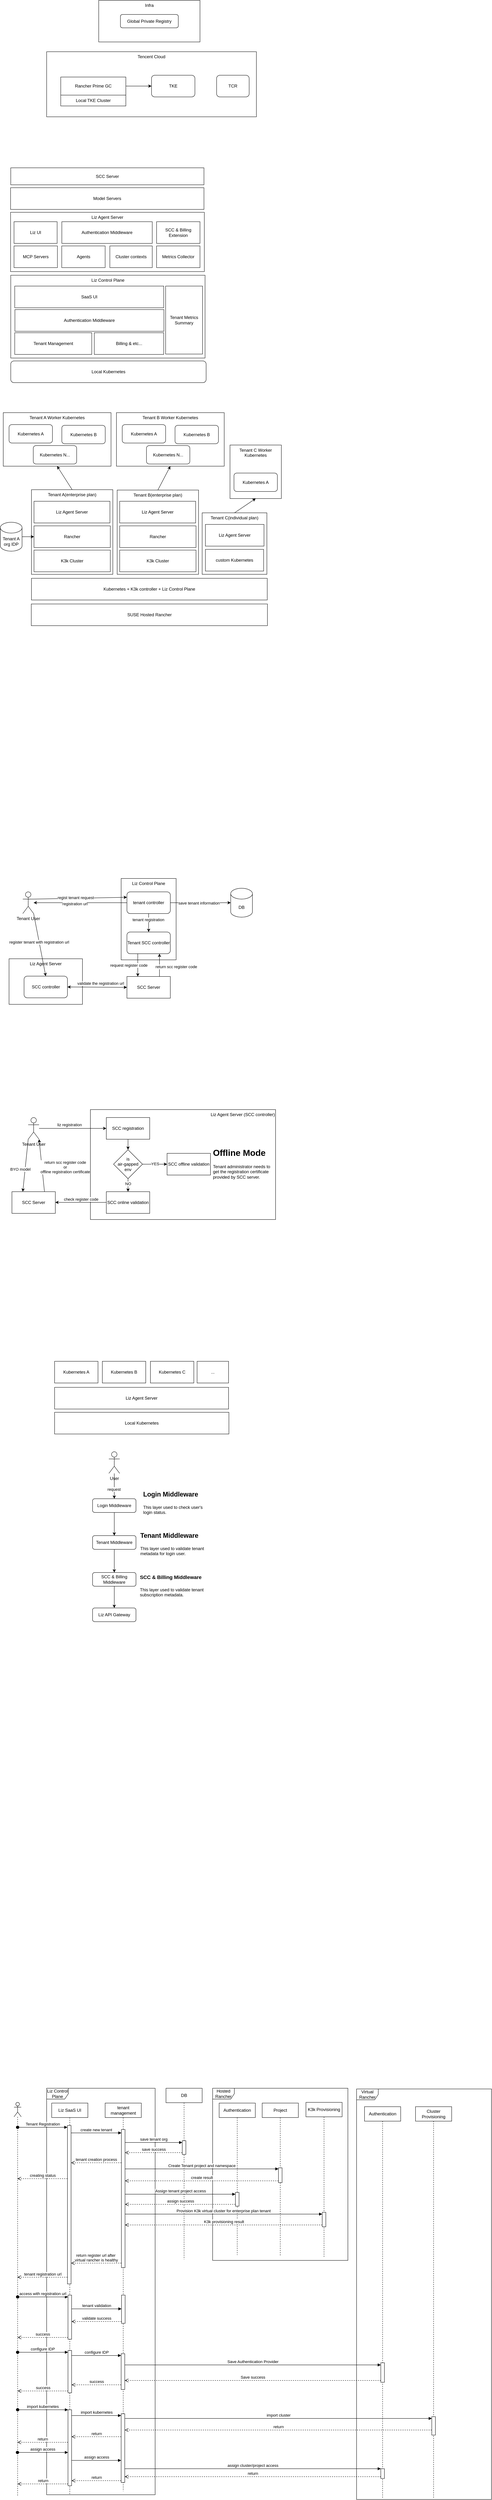
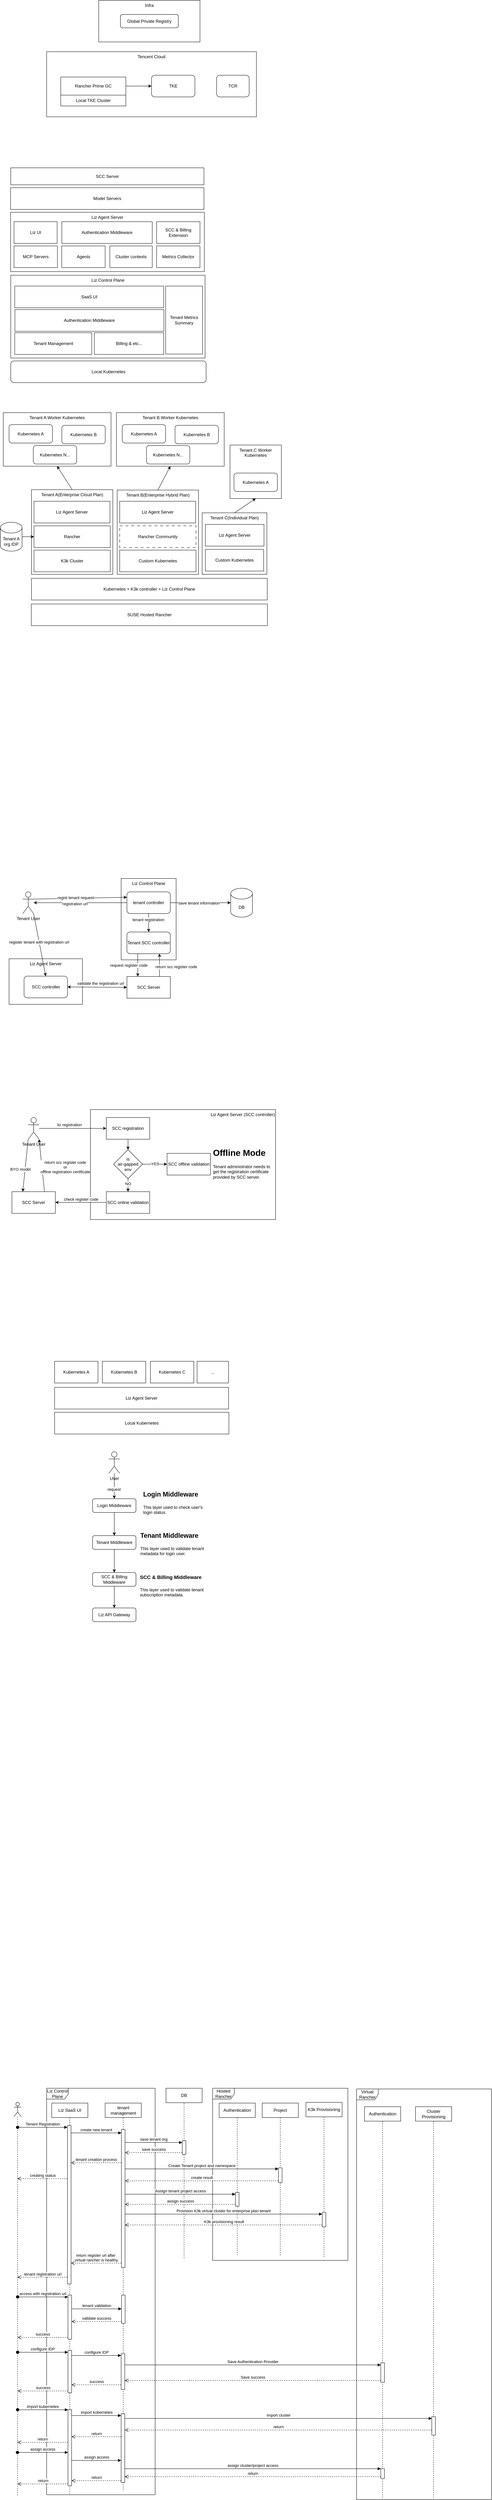
<mxfile host="app.diagrams.net">
  <diagram name="第 1 页" id="-o6fkq58jc32N0mm90GY">
-     <mxGraphModel dx="1629" dy="993" grid="0" gridSize="10" guides="1" tooltips="1" connect="1" arrows="1" fold="1" page="1" pageScale="1" pageWidth="827" pageHeight="1169" math="0" shadow="0">
+     <mxGraphModel dx="1222" dy="745" grid="0" gridSize="10" guides="1" tooltips="1" connect="1" arrows="1" fold="1" page="1" pageScale="1" pageWidth="827" pageHeight="1169" math="0" shadow="0">
      <root>
        <mxCell id="0" />
        <mxCell id="1" parent="0" />
        <mxCell id="UOzjFvlssb82cC_UnOf5-128" parent="1" style="rounded=0;whiteSpace=wrap;html=1;verticalAlign=top;align=right;" value="Liz Agent Server (SCC controller)" vertex="1">
          <mxGeometry height="304" width="512" x="261" y="3155" as="geometry" />
        </mxCell>
        <mxCell id="UOzjFvlssb82cC_UnOf5-105" parent="1" style="rounded=0;whiteSpace=wrap;html=1;verticalAlign=top;" value="Liz Control Plane" vertex="1">
          <mxGeometry height="225" width="152" x="346" y="2516" as="geometry" />
        </mxCell>
        <mxCell id="UOzjFvlssb82cC_UnOf5-2" parent="1" style="rounded=0;whiteSpace=wrap;html=1;verticalAlign=top;" value="Liz Control Plane" vertex="1">
          <mxGeometry height="229" width="537.25" x="40.75" y="848" as="geometry" />
        </mxCell>
        <mxCell id="UOzjFvlssb82cC_UnOf5-28" parent="1" style="rounded=0;whiteSpace=wrap;html=1;verticalAlign=top;" value="Tenant A Worker Kubernetes" vertex="1">
          <mxGeometry height="148" width="298" x="20" y="1228" as="geometry" />
        </mxCell>
        <mxCell id="HVzKjzn857pLYwHyIbN3-3" parent="1" style="rounded=0;whiteSpace=wrap;html=1;verticalAlign=top;" value="Tencent Cloud" vertex="1">
          <mxGeometry height="180" width="580" x="140" y="230" as="geometry" />
        </mxCell>
        <mxCell id="HVzKjzn857pLYwHyIbN3-6" parent="1" style="rounded=0;whiteSpace=wrap;html=1;verticalAlign=top;" value="Infra" vertex="1">
          <mxGeometry height="115" width="280" x="284" y="88" as="geometry" />
        </mxCell>
        <mxCell id="HVzKjzn857pLYwHyIbN3-1" parent="1" style="rounded=0;whiteSpace=wrap;html=1;" value="Rancher Prime GC" vertex="1">
          <mxGeometry height="50" width="180" x="179" y="300" as="geometry" />
        </mxCell>
        <mxCell id="HVzKjzn857pLYwHyIbN3-2" parent="1" style="rounded=1;whiteSpace=wrap;html=1;" value="Global Private Registry" vertex="1">
          <mxGeometry height="37" width="160" x="344" y="127" as="geometry" />
        </mxCell>
        <mxCell id="HVzKjzn857pLYwHyIbN3-4" parent="1" style="rounded=1;whiteSpace=wrap;html=1;" value="TKE" vertex="1">
          <mxGeometry height="60" width="120" x="430" y="295" as="geometry" />
        </mxCell>
        <mxCell id="HVzKjzn857pLYwHyIbN3-5" parent="1" style="rounded=1;whiteSpace=wrap;html=1;" value="TCR" vertex="1">
          <mxGeometry height="60" width="90" x="610" y="295" as="geometry" />
        </mxCell>
        <mxCell id="HVzKjzn857pLYwHyIbN3-7" parent="1" style="rounded=0;whiteSpace=wrap;html=1;" value="Local TKE Cluster" vertex="1">
          <mxGeometry height="30" width="180" x="179" y="350" as="geometry" />
        </mxCell>
        <mxCell id="HVzKjzn857pLYwHyIbN3-10" edge="1" parent="1" source="HVzKjzn857pLYwHyIbN3-1" style="endArrow=classic;html=1;rounded=0;exitX=1;exitY=0.5;exitDx=0;exitDy=0;entryX=0;entryY=0.5;entryDx=0;entryDy=0;" target="HVzKjzn857pLYwHyIbN3-4" value="">
          <mxGeometry height="50" relative="1" width="50" as="geometry">
            <mxPoint x="320" y="330" as="sourcePoint" />
            <mxPoint x="370" y="280" as="targetPoint" />
          </mxGeometry>
        </mxCell>
        <mxCell id="UOzjFvlssb82cC_UnOf5-1" parent="1" style="rounded=0;whiteSpace=wrap;html=1;" value="SaaS UI" vertex="1">
          <mxGeometry height="60" width="412" x="51.75" y="878" as="geometry" />
        </mxCell>
        <mxCell id="UOzjFvlssb82cC_UnOf5-3" parent="1" style="rounded=0;whiteSpace=wrap;html=1;" value="Authentication Middleware" vertex="1">
          <mxGeometry height="60" width="412" x="52.25" y="943" as="geometry" />
        </mxCell>
        <mxCell id="UOzjFvlssb82cC_UnOf5-4" parent="1" style="rounded=1;whiteSpace=wrap;html=1;" value="Local Kubernetes" vertex="1">
          <mxGeometry height="60" width="540.25" x="40.75" y="1085" as="geometry" />
        </mxCell>
        <mxCell id="UOzjFvlssb82cC_UnOf5-13" parent="1" style="rounded=0;whiteSpace=wrap;html=1;" value="SUSE Hosted Rancher" vertex="1">
          <mxGeometry height="60" width="653" x="97.5" y="1757" as="geometry" />
        </mxCell>
        <mxCell id="UOzjFvlssb82cC_UnOf5-14" parent="1" style="rounded=0;whiteSpace=wrap;html=1;" value="Kubernetes + K3k controller + Liz Control Plane" vertex="1">
          <mxGeometry height="60" width="652" x="98" y="1686" as="geometry" />
        </mxCell>
-         <mxCell id="UOzjFvlssb82cC_UnOf5-15" parent="1" style="rounded=0;whiteSpace=wrap;html=1;verticalAlign=top;" value="Tenant A(enterprise plan)" vertex="1">
+         <mxCell id="UOzjFvlssb82cC_UnOf5-15" parent="1" style="rounded=0;whiteSpace=wrap;html=1;verticalAlign=top;" value="Tenant A(Enterprise Cloud Plan)" vertex="1">
          <mxGeometry height="234" width="225" x="98" y="1441" as="geometry" />
        </mxCell>
        <mxCell id="UOzjFvlssb82cC_UnOf5-16" parent="1" style="rounded=0;whiteSpace=wrap;html=1;" value="K3k Cluster" vertex="1">
          <mxGeometry height="60" width="211" x="105" y="1608" as="geometry" />
        </mxCell>
        <mxCell id="UOzjFvlssb82cC_UnOf5-17" parent="1" style="rounded=0;whiteSpace=wrap;html=1;" value="Rancher" vertex="1">
          <mxGeometry height="60" width="211" x="105" y="1541" as="geometry" />
        </mxCell>
-         <mxCell id="UOzjFvlssb82cC_UnOf5-18" parent="1" style="rounded=0;whiteSpace=wrap;html=1;verticalAlign=top;" value="Tenant B(enterprise plan)" vertex="1">
+         <mxCell id="UOzjFvlssb82cC_UnOf5-18" parent="1" style="rounded=0;whiteSpace=wrap;html=1;verticalAlign=top;" value="Tenant B(Enterprise Hybrid Plan)" vertex="1">
          <mxGeometry height="233" width="225" x="335" y="1442" as="geometry" />
        </mxCell>
-         <mxCell id="UOzjFvlssb82cC_UnOf5-19" parent="1" style="rounded=0;whiteSpace=wrap;html=1;" value="K3k Cluster" vertex="1">
+         <mxCell id="UOzjFvlssb82cC_UnOf5-19" parent="1" style="rounded=0;whiteSpace=wrap;html=1;" value="Custom Kubernetes" vertex="1">
          <mxGeometry height="60" width="211" x="342" y="1608" as="geometry" />
        </mxCell>
-         <mxCell id="UOzjFvlssb82cC_UnOf5-20" parent="1" style="rounded=0;whiteSpace=wrap;html=1;" value="Rancher" vertex="1">
+         <mxCell id="UOzjFvlssb82cC_UnOf5-20" parent="1" style="rounded=0;whiteSpace=wrap;html=1;dashed=1;dashPattern=8 8;" value="Rancher Community" vertex="1">
          <mxGeometry height="60" width="211" x="342" y="1541" as="geometry" />
        </mxCell>
-         <mxCell id="UOzjFvlssb82cC_UnOf5-21" parent="1" style="rounded=0;whiteSpace=wrap;html=1;verticalAlign=top;" value="Tenant C(individual plan)" vertex="1">
+         <mxCell id="UOzjFvlssb82cC_UnOf5-21" parent="1" style="rounded=0;whiteSpace=wrap;html=1;verticalAlign=top;" value="Tenant C(Individual Plan)" vertex="1">
          <mxGeometry height="170" width="179" x="570" y="1505" as="geometry" />
        </mxCell>
        <mxCell id="UOzjFvlssb82cC_UnOf5-22" parent="1" style="rounded=0;whiteSpace=wrap;html=1;" value="Liz Agent Server" vertex="1">
          <mxGeometry height="60" width="210" x="105" y="1473" as="geometry" />
        </mxCell>
        <mxCell id="UOzjFvlssb82cC_UnOf5-23" parent="1" style="rounded=0;whiteSpace=wrap;html=1;" value="Liz Agent Server" vertex="1">
          <mxGeometry height="60" width="210" x="342" y="1473" as="geometry" />
        </mxCell>
-         <mxCell id="UOzjFvlssb82cC_UnOf5-24" parent="1" style="rounded=0;whiteSpace=wrap;html=1;" value="custom Kubernetes" vertex="1">
+         <mxCell id="UOzjFvlssb82cC_UnOf5-24" parent="1" style="rounded=0;whiteSpace=wrap;html=1;" value="Custom Kubernetes" vertex="1">
          <mxGeometry height="60" width="161" x="579" y="1606" as="geometry" />
        </mxCell>
        <mxCell id="UOzjFvlssb82cC_UnOf5-25" parent="1" style="rounded=0;whiteSpace=wrap;html=1;" value="Liz Agent Server" vertex="1">
          <mxGeometry height="60" width="162" x="579" y="1537" as="geometry" />
        </mxCell>
        <mxCell id="UOzjFvlssb82cC_UnOf5-26" parent="1" style="rounded=1;whiteSpace=wrap;html=1;" value="Kubernetes A" vertex="1">
          <mxGeometry height="51" width="120" x="36" y="1261" as="geometry" />
        </mxCell>
        <mxCell id="UOzjFvlssb82cC_UnOf5-27" parent="1" style="rounded=1;whiteSpace=wrap;html=1;" value="Kubernetes B" vertex="1">
          <mxGeometry height="51" width="120" x="182" y="1263" as="geometry" />
        </mxCell>
        <mxCell id="UOzjFvlssb82cC_UnOf5-29" parent="1" style="rounded=1;whiteSpace=wrap;html=1;" value="Kubernetes N..." vertex="1">
          <mxGeometry height="51" width="120" x="103" y="1319" as="geometry" />
        </mxCell>
        <mxCell id="UOzjFvlssb82cC_UnOf5-30" parent="1" style="rounded=0;whiteSpace=wrap;html=1;verticalAlign=top;" value="Tenant B Worker Kubernetes" vertex="1">
          <mxGeometry height="148" width="298" x="333" y="1228" as="geometry" />
        </mxCell>
        <mxCell id="UOzjFvlssb82cC_UnOf5-31" parent="1" style="rounded=1;whiteSpace=wrap;html=1;" value="Kubernetes A" vertex="1">
          <mxGeometry height="51" width="120" x="349" y="1261" as="geometry" />
        </mxCell>
        <mxCell id="UOzjFvlssb82cC_UnOf5-32" parent="1" style="rounded=1;whiteSpace=wrap;html=1;" value="Kubernetes B" vertex="1">
          <mxGeometry height="51" width="120" x="495" y="1263" as="geometry" />
        </mxCell>
        <mxCell id="UOzjFvlssb82cC_UnOf5-33" parent="1" style="rounded=1;whiteSpace=wrap;html=1;" value="Kubernetes N..." vertex="1">
          <mxGeometry height="51" width="120" x="416" y="1319" as="geometry" />
        </mxCell>
        <mxCell id="UOzjFvlssb82cC_UnOf5-34" parent="1" style="rounded=0;whiteSpace=wrap;html=1;verticalAlign=top;" value="Tenant C Worker Kubernetes" vertex="1">
          <mxGeometry height="148" width="142" x="647" y="1317.5" as="geometry" />
        </mxCell>
        <mxCell id="UOzjFvlssb82cC_UnOf5-35" parent="1" style="rounded=1;whiteSpace=wrap;html=1;" value="Kubernetes A" vertex="1">
          <mxGeometry height="51" width="120" x="658" y="1395" as="geometry" />
        </mxCell>
        <mxCell id="UOzjFvlssb82cC_UnOf5-36" parent="1" style="shape=cylinder3;whiteSpace=wrap;html=1;boundedLbl=1;backgroundOutline=1;size=15;" value="Tenant A org IDP" vertex="1">
          <mxGeometry height="80" width="60" x="12" y="1531" as="geometry" />
        </mxCell>
        <mxCell id="UOzjFvlssb82cC_UnOf5-37" edge="1" parent="1" source="UOzjFvlssb82cC_UnOf5-36" style="endArrow=classic;html=1;rounded=0;exitX=1;exitY=0.5;exitDx=0;exitDy=0;exitPerimeter=0;entryX=0;entryY=0.5;entryDx=0;entryDy=0;" target="UOzjFvlssb82cC_UnOf5-17" value="">
          <mxGeometry height="50" relative="1" width="50" as="geometry">
            <mxPoint x="84" y="1510" as="sourcePoint" />
            <mxPoint x="134" y="1460" as="targetPoint" />
          </mxGeometry>
        </mxCell>
        <mxCell id="UOzjFvlssb82cC_UnOf5-38" edge="1" parent="1" source="UOzjFvlssb82cC_UnOf5-15" style="endArrow=classic;html=1;rounded=0;exitX=0.5;exitY=0;exitDx=0;exitDy=0;entryX=0.5;entryY=1;entryDx=0;entryDy=0;" target="UOzjFvlssb82cC_UnOf5-28" value="">
          <mxGeometry height="50" relative="1" width="50" as="geometry">
            <mxPoint x="28" y="1479" as="sourcePoint" />
            <mxPoint x="78" y="1429" as="targetPoint" />
          </mxGeometry>
        </mxCell>
        <mxCell id="UOzjFvlssb82cC_UnOf5-39" edge="1" parent="1" source="UOzjFvlssb82cC_UnOf5-18" style="endArrow=classic;html=1;rounded=0;exitX=0.5;exitY=0;exitDx=0;exitDy=0;entryX=0.5;entryY=1;entryDx=0;entryDy=0;" target="UOzjFvlssb82cC_UnOf5-30" value="">
          <mxGeometry height="50" relative="1" width="50" as="geometry">
            <mxPoint x="444" y="1428" as="sourcePoint" />
            <mxPoint x="494" y="1378" as="targetPoint" />
          </mxGeometry>
        </mxCell>
        <mxCell id="UOzjFvlssb82cC_UnOf5-40" edge="1" parent="1" source="UOzjFvlssb82cC_UnOf5-21" style="endArrow=classic;html=1;rounded=0;exitX=0.5;exitY=0;exitDx=0;exitDy=0;entryX=0.5;entryY=1;entryDx=0;entryDy=0;" target="UOzjFvlssb82cC_UnOf5-34" value="">
          <mxGeometry height="50" relative="1" width="50" as="geometry">
            <mxPoint x="797" y="1561" as="sourcePoint" />
            <mxPoint x="847" y="1511" as="targetPoint" />
          </mxGeometry>
        </mxCell>
        <mxCell id="UOzjFvlssb82cC_UnOf5-45" parent="1" style="rounded=0;whiteSpace=wrap;html=1;" value="Tenant Management" vertex="1">
          <mxGeometry height="60" width="213" x="51.75" y="1007" as="geometry" />
        </mxCell>
        <mxCell id="UOzjFvlssb82cC_UnOf5-46" parent="1" style="rounded=0;whiteSpace=wrap;html=1;" value="Billing &amp;amp; etc..." vertex="1">
          <mxGeometry height="60" width="192" x="271.75" y="1007" as="geometry" />
        </mxCell>
        <mxCell id="UOzjFvlssb82cC_UnOf5-47" parent="1" style="rounded=0;whiteSpace=wrap;html=1;verticalAlign=top;" value="Liz Agent Server" vertex="1">
          <mxGeometry height="164" width="535.75" x="40.25" y="674" as="geometry" />
        </mxCell>
        <mxCell id="UOzjFvlssb82cC_UnOf5-48" parent="1" style="rounded=0;whiteSpace=wrap;html=1;" value="MCP Servers" vertex="1">
          <mxGeometry height="60" width="120" x="49.75" y="767" as="geometry" />
        </mxCell>
        <mxCell id="UOzjFvlssb82cC_UnOf5-49" parent="1" style="rounded=0;whiteSpace=wrap;html=1;" value="Agents" vertex="1">
          <mxGeometry height="60" width="120" x="181.75" y="767" as="geometry" />
        </mxCell>
        <mxCell id="UOzjFvlssb82cC_UnOf5-50" parent="1" style="rounded=0;whiteSpace=wrap;html=1;" value="Cluster contexts" vertex="1">
          <mxGeometry height="60" width="117.25" x="314.75" y="767" as="geometry" />
        </mxCell>
        <mxCell id="UOzjFvlssb82cC_UnOf5-51" parent="1" style="rounded=0;whiteSpace=wrap;html=1;" value="Model Servers" vertex="1">
          <mxGeometry height="60" width="534.75" x="40.25" y="606" as="geometry" />
        </mxCell>
        <mxCell id="UOzjFvlssb82cC_UnOf5-52" parent="1" style="rounded=0;whiteSpace=wrap;html=1;" value="Local Kubernetes" vertex="1">
          <mxGeometry height="60" width="482" x="162" y="3992" as="geometry" />
        </mxCell>
        <mxCell id="UOzjFvlssb82cC_UnOf5-54" parent="1" style="rounded=0;whiteSpace=wrap;html=1;" value="Liz Agent Server" vertex="1">
          <mxGeometry height="60" width="481" x="162" y="3923" as="geometry" />
        </mxCell>
        <mxCell id="UOzjFvlssb82cC_UnOf5-56" parent="1" style="rounded=0;whiteSpace=wrap;html=1;" value="Kubernetes A" vertex="1">
          <mxGeometry height="60" width="120" x="162" y="3851" as="geometry" />
        </mxCell>
        <mxCell id="UOzjFvlssb82cC_UnOf5-57" parent="1" style="rounded=0;whiteSpace=wrap;html=1;" value="Kubernetes B" vertex="1">
          <mxGeometry height="60" width="120" x="294" y="3851" as="geometry" />
        </mxCell>
        <mxCell id="UOzjFvlssb82cC_UnOf5-58" parent="1" style="rounded=0;whiteSpace=wrap;html=1;" value="Kubernetes C" vertex="1">
          <mxGeometry height="60" width="120" x="427" y="3851" as="geometry" />
        </mxCell>
        <mxCell id="UOzjFvlssb82cC_UnOf5-59" parent="1" style="rounded=0;whiteSpace=wrap;html=1;" value="..." vertex="1">
          <mxGeometry height="60" width="87" x="556" y="3851" as="geometry" />
        </mxCell>
        <mxCell id="UOzjFvlssb82cC_UnOf5-61" parent="1" style="shape=umlActor;verticalLabelPosition=bottom;verticalAlign=top;html=1;outlineConnect=0;" value="Tenant User" vertex="1">
          <mxGeometry height="60" width="30" x="74" y="2553" as="geometry" />
        </mxCell>
        <mxCell id="UOzjFvlssb82cC_UnOf5-63" parent="1" style="rounded=1;whiteSpace=wrap;html=1;" value="tenant controller" vertex="1">
          <mxGeometry height="60" width="120" x="362" y="2553" as="geometry" />
        </mxCell>
        <mxCell id="UOzjFvlssb82cC_UnOf5-64" parent="1" style="shape=cylinder3;whiteSpace=wrap;html=1;boundedLbl=1;backgroundOutline=1;size=15;" value="DB" vertex="1">
          <mxGeometry height="80" width="60" x="649" y="2543" as="geometry" />
        </mxCell>
        <mxCell id="UOzjFvlssb82cC_UnOf5-66" edge="1" parent="1" source="UOzjFvlssb82cC_UnOf5-61" style="endArrow=classic;html=1;rounded=0;exitX=1;exitY=0.3333333333333333;exitDx=0;exitDy=0;exitPerimeter=0;entryX=0;entryY=0.25;entryDx=0;entryDy=0;" target="UOzjFvlssb82cC_UnOf5-63" value="">
          <mxGeometry height="50" relative="1" width="50" as="geometry">
            <mxPoint x="136" y="2549" as="sourcePoint" />
            <mxPoint x="198" y="2568" as="targetPoint" />
          </mxGeometry>
        </mxCell>
        <mxCell id="UOzjFvlssb82cC_UnOf5-67" connectable="0" parent="UOzjFvlssb82cC_UnOf5-66" style="edgeLabel;html=1;align=center;verticalAlign=middle;resizable=0;points=[];" value="regist tenant request" vertex="1">
          <mxGeometry relative="1" x="-0.3372" y="3" as="geometry">
            <mxPoint x="30" as="offset" />
          </mxGeometry>
        </mxCell>
        <mxCell id="UOzjFvlssb82cC_UnOf5-69" edge="1" parent="1" source="UOzjFvlssb82cC_UnOf5-63" style="endArrow=classic;html=1;rounded=0;exitX=1;exitY=0.5;exitDx=0;exitDy=0;entryX=0;entryY=0.5;entryDx=0;entryDy=0;entryPerimeter=0;" target="UOzjFvlssb82cC_UnOf5-64" value="">
          <mxGeometry height="50" relative="1" width="50" as="geometry">
            <mxPoint x="608" y="2580" as="sourcePoint" />
            <mxPoint x="658" y="2530" as="targetPoint" />
          </mxGeometry>
        </mxCell>
        <mxCell id="UOzjFvlssb82cC_UnOf5-70" connectable="0" parent="UOzjFvlssb82cC_UnOf5-69" style="edgeLabel;html=1;align=center;verticalAlign=middle;resizable=0;points=[];" value="save tenant information" vertex="1">
          <mxGeometry relative="1" x="-0.2062" y="-1" as="geometry">
            <mxPoint x="12" as="offset" />
          </mxGeometry>
        </mxCell>
        <mxCell id="UOzjFvlssb82cC_UnOf5-76" edge="1" parent="1" source="UOzjFvlssb82cC_UnOf5-63" style="endArrow=classic;html=1;rounded=0;exitX=0;exitY=0.5;exitDx=0;exitDy=0;" target="UOzjFvlssb82cC_UnOf5-61" value="">
          <mxGeometry height="50" relative="1" width="50" as="geometry">
            <mxPoint x="198" y="2598" as="sourcePoint" />
            <mxPoint x="128" y="2681" as="targetPoint" />
          </mxGeometry>
        </mxCell>
        <mxCell id="UOzjFvlssb82cC_UnOf5-77" connectable="0" parent="UOzjFvlssb82cC_UnOf5-76" style="edgeLabel;html=1;align=center;verticalAlign=middle;resizable=0;points=[];" value="registration url" vertex="1">
          <mxGeometry relative="1" x="0.2269" y="2" as="geometry">
            <mxPoint x="14" y="1" as="offset" />
          </mxGeometry>
        </mxCell>
        <mxCell id="UOzjFvlssb82cC_UnOf5-78" parent="1" style="rounded=0;whiteSpace=wrap;html=1;verticalAlign=middle;" value="SCC Server" vertex="1">
          <mxGeometry height="47" width="534.25" x="40.75" y="551" as="geometry" />
        </mxCell>
        <mxCell id="UOzjFvlssb82cC_UnOf5-80" parent="1" style="rounded=0;whiteSpace=wrap;html=1;" value="Metrics Collector" vertex="1">
          <mxGeometry height="60" width="120" x="444" y="767" as="geometry" />
        </mxCell>
        <mxCell id="UOzjFvlssb82cC_UnOf5-81" parent="1" style="rounded=0;whiteSpace=wrap;html=1;" value="Tenant Metrics Summary" vertex="1">
          <mxGeometry height="188" width="102" x="469" y="878" as="geometry" />
        </mxCell>
        <mxCell id="UOzjFvlssb82cC_UnOf5-82" parent="1" style="rounded=0;whiteSpace=wrap;html=1;" value="Liz UI" vertex="1">
          <mxGeometry height="60" width="119.25" x="49.75" y="700" as="geometry" />
        </mxCell>
        <mxCell id="UOzjFvlssb82cC_UnOf5-83" parent="1" style="rounded=0;whiteSpace=wrap;html=1;" value="SCC &amp;amp; Billing Extension" vertex="1">
          <mxGeometry height="60" width="120" x="444" y="700" as="geometry" />
        </mxCell>
        <mxCell id="UOzjFvlssb82cC_UnOf5-85" parent="1" style="rounded=1;whiteSpace=wrap;html=1;" value="Tenant SCC controller" vertex="1">
          <mxGeometry height="60" width="120" x="362" y="2664" as="geometry" />
        </mxCell>
        <mxCell id="UOzjFvlssb82cC_UnOf5-86" edge="1" parent="1" source="UOzjFvlssb82cC_UnOf5-63" style="endArrow=classic;html=1;rounded=0;exitX=0.5;exitY=1;exitDx=0;exitDy=0;entryX=0.5;entryY=0;entryDx=0;entryDy=0;" target="UOzjFvlssb82cC_UnOf5-85" value="">
          <mxGeometry height="50" relative="1" width="50" as="geometry">
            <mxPoint x="523" y="2675" as="sourcePoint" />
            <mxPoint x="573" y="2625" as="targetPoint" />
          </mxGeometry>
        </mxCell>
        <mxCell id="UOzjFvlssb82cC_UnOf5-87" connectable="0" parent="UOzjFvlssb82cC_UnOf5-86" style="edgeLabel;html=1;align=center;verticalAlign=middle;resizable=0;points=[];" value="tenant registration" vertex="1">
          <mxGeometry relative="1" x="-0.3333" y="-1" as="geometry">
            <mxPoint as="offset" />
          </mxGeometry>
        </mxCell>
        <mxCell id="UOzjFvlssb82cC_UnOf5-88" parent="1" style="rounded=0;whiteSpace=wrap;html=1;" value="SCC Server" vertex="1">
          <mxGeometry height="60" width="120" x="362" y="2787" as="geometry" />
        </mxCell>
        <mxCell id="UOzjFvlssb82cC_UnOf5-89" edge="1" parent="1" source="UOzjFvlssb82cC_UnOf5-85" style="endArrow=classic;html=1;rounded=0;exitX=0.25;exitY=1;exitDx=0;exitDy=0;entryX=0.25;entryY=0;entryDx=0;entryDy=0;" target="UOzjFvlssb82cC_UnOf5-88" value="">
          <mxGeometry height="50" relative="1" width="50" as="geometry">
            <mxPoint x="516" y="2754" as="sourcePoint" />
            <mxPoint x="566" y="2704" as="targetPoint" />
          </mxGeometry>
        </mxCell>
        <mxCell id="UOzjFvlssb82cC_UnOf5-90" connectable="0" parent="UOzjFvlssb82cC_UnOf5-89" style="edgeLabel;html=1;align=center;verticalAlign=middle;resizable=0;points=[];" value="request register code" vertex="1">
          <mxGeometry relative="1" x="-0.2698" y="-1" as="geometry">
            <mxPoint x="-24" y="9" as="offset" />
          </mxGeometry>
        </mxCell>
        <mxCell id="UOzjFvlssb82cC_UnOf5-91" edge="1" parent="1" source="UOzjFvlssb82cC_UnOf5-88" style="endArrow=classic;html=1;rounded=0;exitX=0.75;exitY=0;exitDx=0;exitDy=0;entryX=0.75;entryY=1;entryDx=0;entryDy=0;" target="UOzjFvlssb82cC_UnOf5-85" value="">
          <mxGeometry height="50" relative="1" width="50" as="geometry">
            <mxPoint x="524" y="2781" as="sourcePoint" />
            <mxPoint x="574" y="2731" as="targetPoint" />
          </mxGeometry>
        </mxCell>
        <mxCell id="UOzjFvlssb82cC_UnOf5-92" connectable="0" parent="UOzjFvlssb82cC_UnOf5-91" style="edgeLabel;html=1;align=center;verticalAlign=middle;resizable=0;points=[];" value="return scc register code" vertex="1">
          <mxGeometry relative="1" x="-0.2381" y="-1" as="geometry">
            <mxPoint x="45" y="-3" as="offset" />
          </mxGeometry>
        </mxCell>
        <mxCell id="UOzjFvlssb82cC_UnOf5-102" edge="1" parent="1" source="UOzjFvlssb82cC_UnOf5-93" style="edgeStyle=orthogonalEdgeStyle;rounded=0;orthogonalLoop=1;jettySize=auto;html=1;entryX=0;entryY=0.5;entryDx=0;entryDy=0;" target="UOzjFvlssb82cC_UnOf5-104" value="">
          <mxGeometry relative="1" as="geometry">
            <mxPoint x="260" y="3207" as="targetPoint" />
          </mxGeometry>
        </mxCell>
        <mxCell id="UOzjFvlssb82cC_UnOf5-103" connectable="0" parent="UOzjFvlssb82cC_UnOf5-102" style="edgeLabel;html=1;align=center;verticalAlign=middle;resizable=0;points=[];" value="liz registration" vertex="1">
          <mxGeometry relative="1" x="-0.2547" y="-2" as="geometry">
            <mxPoint x="14" y="-12" as="offset" />
          </mxGeometry>
        </mxCell>
        <mxCell id="UOzjFvlssb82cC_UnOf5-93" parent="1" style="shape=umlActor;verticalLabelPosition=bottom;verticalAlign=top;html=1;outlineConnect=0;" value="Tenant User" vertex="1">
          <mxGeometry height="60" width="30" x="89" y="3177" as="geometry" />
        </mxCell>
        <mxCell id="UOzjFvlssb82cC_UnOf5-95" parent="1" style="rounded=0;whiteSpace=wrap;html=1;" value="SCC Server" vertex="1">
          <mxGeometry height="60" width="120" x="44" y="3382" as="geometry" />
        </mxCell>
        <mxCell id="UOzjFvlssb82cC_UnOf5-97" edge="1" parent="1" source="UOzjFvlssb82cC_UnOf5-93" style="endArrow=classic;html=1;rounded=0;exitX=0;exitY=1;exitDx=0;exitDy=0;exitPerimeter=0;entryX=0.25;entryY=0;entryDx=0;entryDy=0;" target="UOzjFvlssb82cC_UnOf5-95" value="">
          <mxGeometry height="50" relative="1" width="50" as="geometry">
            <mxPoint x="58" y="3332" as="sourcePoint" />
            <mxPoint x="108" y="3282" as="targetPoint" />
          </mxGeometry>
        </mxCell>
        <mxCell id="UOzjFvlssb82cC_UnOf5-98" connectable="0" parent="UOzjFvlssb82cC_UnOf5-97" style="edgeLabel;html=1;align=center;verticalAlign=middle;resizable=0;points=[];" value="BYO model" vertex="1">
          <mxGeometry relative="1" x="0.2041" y="-1" as="geometry">
            <mxPoint x="-12" y="-5" as="offset" />
          </mxGeometry>
        </mxCell>
        <mxCell id="UOzjFvlssb82cC_UnOf5-99" edge="1" parent="1" source="UOzjFvlssb82cC_UnOf5-95" style="endArrow=classic;html=1;rounded=0;exitX=0.75;exitY=0;exitDx=0;exitDy=0;entryX=1;entryY=1;entryDx=0;entryDy=0;entryPerimeter=0;" target="UOzjFvlssb82cC_UnOf5-93" value="">
          <mxGeometry height="50" relative="1" width="50" as="geometry">
            <mxPoint x="162" y="3352" as="sourcePoint" />
            <mxPoint x="212" y="3302" as="targetPoint" />
          </mxGeometry>
        </mxCell>
        <mxCell id="UOzjFvlssb82cC_UnOf5-100" connectable="0" parent="UOzjFvlssb82cC_UnOf5-99" style="edgeLabel;html=1;align=center;verticalAlign=middle;resizable=0;points=[];" value="return scc register code&lt;div&gt;or&lt;/div&gt;&lt;div&gt;offline registration certificate&lt;/div&gt;" vertex="1">
          <mxGeometry relative="1" x="0.1033" as="geometry">
            <mxPoint x="65" y="12" as="offset" />
          </mxGeometry>
        </mxCell>
        <mxCell id="UOzjFvlssb82cC_UnOf5-116" edge="1" parent="1" source="UOzjFvlssb82cC_UnOf5-104" style="edgeStyle=orthogonalEdgeStyle;rounded=0;orthogonalLoop=1;jettySize=auto;html=1;" target="UOzjFvlssb82cC_UnOf5-115" value="">
          <mxGeometry relative="1" as="geometry" />
        </mxCell>
        <mxCell id="UOzjFvlssb82cC_UnOf5-104" parent="1" style="rounded=0;whiteSpace=wrap;html=1;" value="SCC registration" vertex="1">
          <mxGeometry height="60" width="120" x="305" y="3177" as="geometry" />
        </mxCell>
        <mxCell id="UOzjFvlssb82cC_UnOf5-106" parent="1" style="rounded=0;whiteSpace=wrap;html=1;verticalAlign=top;" value="Liz Agent Server" vertex="1">
          <mxGeometry height="126" width="203" x="36" y="2738" as="geometry" />
        </mxCell>
        <mxCell id="UOzjFvlssb82cC_UnOf5-108" parent="1" style="rounded=1;whiteSpace=wrap;html=1;" value="SCC controller" vertex="1">
          <mxGeometry height="60" width="120" x="77.5" y="2786" as="geometry" />
        </mxCell>
        <mxCell id="UOzjFvlssb82cC_UnOf5-109" edge="1" parent="1" source="UOzjFvlssb82cC_UnOf5-61" style="endArrow=classic;html=1;rounded=0;exitX=1;exitY=1;exitDx=0;exitDy=0;exitPerimeter=0;entryX=0.5;entryY=0;entryDx=0;entryDy=0;" target="UOzjFvlssb82cC_UnOf5-108" value="">
          <mxGeometry height="50" relative="1" width="50" as="geometry">
            <mxPoint x="131" y="2702" as="sourcePoint" />
            <mxPoint x="181" y="2652" as="targetPoint" />
          </mxGeometry>
        </mxCell>
        <mxCell id="UOzjFvlssb82cC_UnOf5-110" connectable="0" parent="UOzjFvlssb82cC_UnOf5-109" style="edgeLabel;html=1;align=center;verticalAlign=middle;resizable=0;points=[];" value="register tenant with registration url" vertex="1">
          <mxGeometry relative="1" x="0.1109" y="-2" as="geometry">
            <mxPoint x="-2" y="-18" as="offset" />
          </mxGeometry>
        </mxCell>
        <mxCell id="UOzjFvlssb82cC_UnOf5-112" edge="1" parent="1" source="UOzjFvlssb82cC_UnOf5-108" style="endArrow=classic;startArrow=classic;html=1;rounded=0;exitX=1;exitY=0.5;exitDx=0;exitDy=0;entryX=0;entryY=0.5;entryDx=0;entryDy=0;" target="UOzjFvlssb82cC_UnOf5-88" value="">
          <mxGeometry height="50" relative="1" width="50" as="geometry">
            <mxPoint x="284" y="2828" as="sourcePoint" />
            <mxPoint x="334" y="2778" as="targetPoint" />
          </mxGeometry>
        </mxCell>
        <mxCell id="UOzjFvlssb82cC_UnOf5-113" connectable="0" parent="UOzjFvlssb82cC_UnOf5-112" style="edgeLabel;html=1;align=center;verticalAlign=middle;resizable=0;points=[];" value="validate the registration url" vertex="1">
          <mxGeometry relative="1" x="-0.0627" y="1" as="geometry">
            <mxPoint x="14" y="-10" as="offset" />
          </mxGeometry>
        </mxCell>
        <mxCell id="UOzjFvlssb82cC_UnOf5-120" edge="1" parent="1" source="UOzjFvlssb82cC_UnOf5-115" style="edgeStyle=orthogonalEdgeStyle;rounded=0;orthogonalLoop=1;jettySize=auto;html=1;" target="UOzjFvlssb82cC_UnOf5-119" value="">
          <mxGeometry relative="1" as="geometry" />
        </mxCell>
        <mxCell id="UOzjFvlssb82cC_UnOf5-121" connectable="0" parent="UOzjFvlssb82cC_UnOf5-120" style="edgeLabel;html=1;align=center;verticalAlign=middle;resizable=0;points=[];" value="NO" vertex="1">
          <mxGeometry relative="1" x="-0.3727" as="geometry">
            <mxPoint as="offset" />
          </mxGeometry>
        </mxCell>
        <mxCell id="UOzjFvlssb82cC_UnOf5-125" edge="1" parent="1" source="UOzjFvlssb82cC_UnOf5-115" style="edgeStyle=orthogonalEdgeStyle;rounded=0;orthogonalLoop=1;jettySize=auto;html=1;" target="UOzjFvlssb82cC_UnOf5-124" value="">
          <mxGeometry relative="1" as="geometry" />
        </mxCell>
        <mxCell id="UOzjFvlssb82cC_UnOf5-126" connectable="0" parent="UOzjFvlssb82cC_UnOf5-125" style="edgeLabel;html=1;align=center;verticalAlign=middle;resizable=0;points=[];" value="YES" vertex="1">
          <mxGeometry relative="1" x="0.0118" y="1" as="geometry">
            <mxPoint as="offset" />
          </mxGeometry>
        </mxCell>
        <mxCell id="UOzjFvlssb82cC_UnOf5-115" parent="1" style="rhombus;whiteSpace=wrap;html=1;" value="is&lt;div&gt;air-gapped&lt;/div&gt;&lt;div&gt;env&lt;/div&gt;" vertex="1">
          <mxGeometry height="80" width="80" x="325" y="3266" as="geometry" />
        </mxCell>
        <mxCell id="UOzjFvlssb82cC_UnOf5-119" parent="1" style="rounded=0;whiteSpace=wrap;html=1;" value="SCC online validation" vertex="1">
          <mxGeometry height="60" width="120" x="305" y="3382" as="geometry" />
        </mxCell>
        <mxCell id="UOzjFvlssb82cC_UnOf5-122" edge="1" parent="1" style="endArrow=classic;html=1;rounded=0;exitX=0;exitY=0.25;exitDx=0;exitDy=0;entryX=1;entryY=0.25;entryDx=0;entryDy=0;" value="">
          <mxGeometry height="50" relative="1" width="50" as="geometry">
            <mxPoint x="305" y="3411.6" as="sourcePoint" />
            <mxPoint x="164" y="3411.6" as="targetPoint" />
          </mxGeometry>
        </mxCell>
        <mxCell id="UOzjFvlssb82cC_UnOf5-123" connectable="0" parent="UOzjFvlssb82cC_UnOf5-122" style="edgeLabel;html=1;align=center;verticalAlign=middle;resizable=0;points=[];" value="check register code" vertex="1">
          <mxGeometry relative="1" x="0.1688" y="1" as="geometry">
            <mxPoint x="12" y="-10" as="offset" />
          </mxGeometry>
        </mxCell>
        <mxCell id="UOzjFvlssb82cC_UnOf5-124" parent="1" style="rounded=0;whiteSpace=wrap;html=1;" value="SCC offline validation" vertex="1">
          <mxGeometry height="60" width="120" x="473" y="3276" as="geometry" />
        </mxCell>
        <mxCell id="UOzjFvlssb82cC_UnOf5-127" parent="1" style="text;html=1;whiteSpace=wrap;overflow=hidden;rounded=0;" value="&lt;h1 style=&quot;margin-top: 0px;&quot;&gt;Offline Mode&lt;/h1&gt;&lt;p&gt;Tenant administrator needs to get the registration certificate provided by SCC server.&lt;/p&gt;" vertex="1">
          <mxGeometry height="120" width="180" x="598" y="3254" as="geometry" />
        </mxCell>
        <mxCell id="UOzjFvlssb82cC_UnOf5-129" parent="1" style="rounded=0;whiteSpace=wrap;html=1;" value="Authentication Middleware" vertex="1">
          <mxGeometry height="60" width="250" x="182" y="700" as="geometry" />
        </mxCell>
        <mxCell id="UOzjFvlssb82cC_UnOf5-137" edge="1" parent="1" source="UOzjFvlssb82cC_UnOf5-130" style="edgeStyle=orthogonalEdgeStyle;rounded=0;orthogonalLoop=1;jettySize=auto;html=1;" target="UOzjFvlssb82cC_UnOf5-132" value="">
          <mxGeometry relative="1" as="geometry" />
        </mxCell>
        <mxCell id="UOzjFvlssb82cC_UnOf5-130" parent="1" style="rounded=1;whiteSpace=wrap;html=1;" value="Login Middleware" vertex="1">
          <mxGeometry height="38" width="120" x="267" y="4231" as="geometry" />
        </mxCell>
        <mxCell id="UOzjFvlssb82cC_UnOf5-134" edge="1" parent="1" source="UOzjFvlssb82cC_UnOf5-131" style="edgeStyle=orthogonalEdgeStyle;rounded=0;orthogonalLoop=1;jettySize=auto;html=1;" target="UOzjFvlssb82cC_UnOf5-130" value="">
          <mxGeometry relative="1" as="geometry" />
        </mxCell>
        <mxCell id="UOzjFvlssb82cC_UnOf5-135" connectable="0" parent="UOzjFvlssb82cC_UnOf5-134" style="edgeLabel;html=1;align=center;verticalAlign=middle;resizable=0;points=[];" value="request" vertex="1">
          <mxGeometry relative="1" x="0.2459" y="-1" as="geometry">
            <mxPoint as="offset" />
          </mxGeometry>
        </mxCell>
        <mxCell id="UOzjFvlssb82cC_UnOf5-131" parent="1" style="shape=umlActor;verticalLabelPosition=bottom;verticalAlign=top;html=1;outlineConnect=0;" value="User" vertex="1">
          <mxGeometry height="60" width="30" x="312" y="4101" as="geometry" />
        </mxCell>
        <mxCell id="UOzjFvlssb82cC_UnOf5-138" edge="1" parent="1" source="UOzjFvlssb82cC_UnOf5-132" style="edgeStyle=orthogonalEdgeStyle;rounded=0;orthogonalLoop=1;jettySize=auto;html=1;" target="UOzjFvlssb82cC_UnOf5-133" value="">
          <mxGeometry relative="1" as="geometry" />
        </mxCell>
        <mxCell id="UOzjFvlssb82cC_UnOf5-132" parent="1" style="rounded=1;whiteSpace=wrap;html=1;" value="Tenant Middleware" vertex="1">
          <mxGeometry height="38" width="120" x="267" y="4333" as="geometry" />
        </mxCell>
        <mxCell id="UOzjFvlssb82cC_UnOf5-143" edge="1" parent="1" source="UOzjFvlssb82cC_UnOf5-133" style="edgeStyle=orthogonalEdgeStyle;rounded=0;orthogonalLoop=1;jettySize=auto;html=1;" target="UOzjFvlssb82cC_UnOf5-142" value="">
          <mxGeometry relative="1" as="geometry" />
        </mxCell>
        <mxCell id="UOzjFvlssb82cC_UnOf5-133" parent="1" style="rounded=1;whiteSpace=wrap;html=1;" value="SCC &amp;amp; Billing Middleware" vertex="1">
          <mxGeometry height="38" width="120" x="267" y="4435" as="geometry" />
        </mxCell>
        <mxCell id="UOzjFvlssb82cC_UnOf5-139" parent="1" style="text;html=1;whiteSpace=wrap;overflow=hidden;rounded=0;" value="&lt;h1 style=&quot;margin-top: 0px;&quot;&gt;&lt;font style=&quot;font-size: 18px;&quot;&gt;Login Middleware&lt;/font&gt;&lt;/h1&gt;&lt;p&gt;This layer used to check user&#39;s login status.&lt;/p&gt;" vertex="1">
          <mxGeometry height="94" width="180" x="405" y="4196" as="geometry" />
        </mxCell>
        <mxCell id="UOzjFvlssb82cC_UnOf5-140" parent="1" style="text;html=1;whiteSpace=wrap;overflow=hidden;rounded=0;" value="&lt;h1 style=&quot;margin-top: 0px;&quot;&gt;&lt;font style=&quot;font-size: 18px;&quot;&gt;Tenant Middleware&lt;/font&gt;&lt;/h1&gt;&lt;p&gt;This layer used to validate tenant metadata for login user.&lt;/p&gt;" vertex="1">
          <mxGeometry height="94" width="180" x="397" y="4310" as="geometry" />
        </mxCell>
        <mxCell id="UOzjFvlssb82cC_UnOf5-141" parent="1" style="text;html=1;whiteSpace=wrap;overflow=hidden;rounded=0;" value="&lt;h1 style=&quot;margin-top: 0px;&quot;&gt;&lt;font style=&quot;font-size: 14px;&quot;&gt;SCC &amp;amp; Billing Middleware&lt;/font&gt;&lt;/h1&gt;&lt;p&gt;This layer used to validate tenant subscription metadata.&lt;/p&gt;" vertex="1">
          <mxGeometry height="94" width="180" x="396" y="4424" as="geometry" />
        </mxCell>
        <mxCell id="UOzjFvlssb82cC_UnOf5-142" parent="1" style="rounded=1;whiteSpace=wrap;html=1;" value="Liz API Gateway" vertex="1">
          <mxGeometry height="38" width="120" x="267" y="4533" as="geometry" />
        </mxCell>
        <mxCell id="949HH_Kco8W6Jzlgtd_R-15" parent="1" style="shape=umlLifeline;perimeter=lifelinePerimeter;whiteSpace=wrap;html=1;container=1;dropTarget=0;collapsible=0;recursiveResize=0;outlineConnect=0;portConstraint=eastwest;newEdgeStyle={&quot;curved&quot;:0,&quot;rounded&quot;:0};participant=umlActor;" value="" vertex="1">
          <mxGeometry height="1089" width="20" x="49.75" y="5900" as="geometry" />
        </mxCell>
        <mxCell id="949HH_Kco8W6Jzlgtd_R-16" parent="1" style="shape=umlLifeline;perimeter=lifelinePerimeter;whiteSpace=wrap;html=1;container=1;dropTarget=0;collapsible=0;recursiveResize=0;outlineConnect=0;portConstraint=eastwest;newEdgeStyle={&quot;curved&quot;:0,&quot;rounded&quot;:0};" value="Liz SaaS UI" vertex="1">
          <mxGeometry height="1081" width="100" x="154" y="5902" as="geometry" />
        </mxCell>
        <mxCell id="949HH_Kco8W6Jzlgtd_R-66" parent="949HH_Kco8W6Jzlgtd_R-16" style="html=1;points=[[0,0,0,0,5],[0,1,0,0,-5],[1,0,0,0,5],[1,1,0,0,-5]];perimeter=orthogonalPerimeter;outlineConnect=0;targetShapes=umlLifeline;portConstraint=eastwest;newEdgeStyle={&quot;curved&quot;:0,&quot;rounded&quot;:0};" value="" vertex="1">
          <mxGeometry height="210" width="10" x="45" y="848" as="geometry" />
        </mxCell>
        <mxCell id="949HH_Kco8W6Jzlgtd_R-17" parent="1" style="shape=umlFrame;whiteSpace=wrap;html=1;pointerEvents=0;" value="Liz Control Plane" vertex="1">
          <mxGeometry height="1124" width="300" x="140" y="5861" as="geometry" />
        </mxCell>
        <mxCell id="949HH_Kco8W6Jzlgtd_R-18" parent="1" style="shape=umlLifeline;perimeter=lifelinePerimeter;whiteSpace=wrap;html=1;container=1;dropTarget=0;collapsible=0;recursiveResize=0;outlineConnect=0;portConstraint=eastwest;newEdgeStyle={&quot;curved&quot;:0,&quot;rounded&quot;:0};" value="tenant management" vertex="1">
          <mxGeometry height="1073" width="100" x="301.75" y="5902" as="geometry" />
        </mxCell>
        <mxCell id="949HH_Kco8W6Jzlgtd_R-26" parent="949HH_Kco8W6Jzlgtd_R-18" style="html=1;points=[[0,0,0,0,5],[0,1,0,0,-5],[1,0,0,0,5],[1,1,0,0,-5]];perimeter=orthogonalPerimeter;outlineConnect=0;targetShapes=umlLifeline;portConstraint=eastwest;newEdgeStyle={&quot;curved&quot;:0,&quot;rounded&quot;:0};" value="" vertex="1">
          <mxGeometry height="382" width="10" x="45" y="73" as="geometry" />
        </mxCell>
        <mxCell id="949HH_Kco8W6Jzlgtd_R-51" parent="949HH_Kco8W6Jzlgtd_R-18" style="html=1;points=[[0,0,0,0,5],[0,1,0,0,-5],[1,0,0,0,5],[1,1,0,0,-5]];perimeter=orthogonalPerimeter;outlineConnect=0;targetShapes=umlLifeline;portConstraint=eastwest;newEdgeStyle={&quot;curved&quot;:0,&quot;rounded&quot;:0};" value="" vertex="1">
          <mxGeometry height="78" width="10" x="45.25" y="531" as="geometry" />
        </mxCell>
        <mxCell id="949HH_Kco8W6Jzlgtd_R-60" parent="949HH_Kco8W6Jzlgtd_R-18" style="html=1;points=[[0,0,0,0,5],[0,1,0,0,-5],[1,0,0,0,5],[1,1,0,0,-5]];perimeter=orthogonalPerimeter;outlineConnect=0;targetShapes=umlLifeline;portConstraint=eastwest;newEdgeStyle={&quot;curved&quot;:0,&quot;rounded&quot;:0};" value="" vertex="1">
          <mxGeometry height="99" width="10" x="44.25" y="693" as="geometry" />
        </mxCell>
        <mxCell id="949HH_Kco8W6Jzlgtd_R-68" parent="949HH_Kco8W6Jzlgtd_R-18" style="html=1;points=[[0,0,0,0,5],[0,1,0,0,-5],[1,0,0,0,5],[1,1,0,0,-5]];perimeter=orthogonalPerimeter;outlineConnect=0;targetShapes=umlLifeline;portConstraint=eastwest;newEdgeStyle={&quot;curved&quot;:0,&quot;rounded&quot;:0};" value="" vertex="1">
          <mxGeometry height="190" width="10" x="44.25" y="859" as="geometry" />
        </mxCell>
        <mxCell id="949HH_Kco8W6Jzlgtd_R-19" parent="1" style="shape=umlFrame;whiteSpace=wrap;html=1;pointerEvents=0;" value="Hosted Rancher" vertex="1">
          <mxGeometry height="476" width="374" x="599" y="5861" as="geometry" />
        </mxCell>
        <mxCell id="949HH_Kco8W6Jzlgtd_R-20" parent="1" style="shape=umlLifeline;perimeter=lifelinePerimeter;whiteSpace=wrap;html=1;container=1;dropTarget=0;collapsible=0;recursiveResize=0;outlineConnect=0;portConstraint=eastwest;newEdgeStyle={&quot;curved&quot;:0,&quot;rounded&quot;:0};" value="Authentication" vertex="1">
          <mxGeometry height="420" width="100" x="617" y="5902" as="geometry" />
        </mxCell>
        <mxCell id="949HH_Kco8W6Jzlgtd_R-36" parent="949HH_Kco8W6Jzlgtd_R-20" style="html=1;points=[[0,0,0,0,5],[0,1,0,0,-5],[1,0,0,0,5],[1,1,0,0,-5]];perimeter=orthogonalPerimeter;outlineConnect=0;targetShapes=umlLifeline;portConstraint=eastwest;newEdgeStyle={&quot;curved&quot;:0,&quot;rounded&quot;:0};" value="" vertex="1">
          <mxGeometry height="38" width="10" x="45" y="247" as="geometry" />
        </mxCell>
        <mxCell id="949HH_Kco8W6Jzlgtd_R-21" parent="1" style="shape=umlLifeline;perimeter=lifelinePerimeter;whiteSpace=wrap;html=1;container=1;dropTarget=0;collapsible=0;recursiveResize=0;outlineConnect=0;portConstraint=eastwest;newEdgeStyle={&quot;curved&quot;:0,&quot;rounded&quot;:0};" value="K3k Provisioning" vertex="1">
          <mxGeometry height="427" width="100" x="857" y="5900" as="geometry" />
        </mxCell>
        <mxCell id="949HH_Kco8W6Jzlgtd_R-39" parent="949HH_Kco8W6Jzlgtd_R-21" style="html=1;points=[[0,0,0,0,5],[0,1,0,0,-5],[1,0,0,0,5],[1,1,0,0,-5]];perimeter=orthogonalPerimeter;outlineConnect=0;targetShapes=umlLifeline;portConstraint=eastwest;newEdgeStyle={&quot;curved&quot;:0,&quot;rounded&quot;:0};" value="" vertex="1">
          <mxGeometry height="40" width="10" x="45" y="304" as="geometry" />
        </mxCell>
        <mxCell id="949HH_Kco8W6Jzlgtd_R-22" parent="1" style="html=1;points=[[0,0,0,0,5],[0,1,0,0,-5],[1,0,0,0,5],[1,1,0,0,-5]];perimeter=orthogonalPerimeter;outlineConnect=0;targetShapes=umlLifeline;portConstraint=eastwest;newEdgeStyle={&quot;curved&quot;:0,&quot;rounded&quot;:0};" value="" vertex="1">
          <mxGeometry height="438" width="10" x="197.5" y="5964" as="geometry" />
        </mxCell>
        <mxCell id="949HH_Kco8W6Jzlgtd_R-23" edge="1" parent="1" source="949HH_Kco8W6Jzlgtd_R-15" style="html=1;verticalAlign=bottom;startArrow=oval;endArrow=block;startSize=8;curved=0;rounded=0;entryX=0;entryY=0;entryDx=0;entryDy=5;" target="949HH_Kco8W6Jzlgtd_R-22" value="Tenant Registration">
          <mxGeometry relative="1" as="geometry">
            <mxPoint x="128" y="6013" as="sourcePoint" />
          </mxGeometry>
        </mxCell>
        <mxCell id="949HH_Kco8W6Jzlgtd_R-24" parent="1" style="shape=umlLifeline;perimeter=lifelinePerimeter;whiteSpace=wrap;html=1;container=1;dropTarget=0;collapsible=0;recursiveResize=0;outlineConnect=0;portConstraint=eastwest;newEdgeStyle={&quot;curved&quot;:0,&quot;rounded&quot;:0};" value="DB" vertex="1">
          <mxGeometry height="473" width="100" x="470" y="5861" as="geometry" />
        </mxCell>
        <mxCell id="949HH_Kco8W6Jzlgtd_R-28" parent="949HH_Kco8W6Jzlgtd_R-24" style="html=1;points=[[0,0,0,0,5],[0,1,0,0,-5],[1,0,0,0,5],[1,1,0,0,-5]];perimeter=orthogonalPerimeter;outlineConnect=0;targetShapes=umlLifeline;portConstraint=eastwest;newEdgeStyle={&quot;curved&quot;:0,&quot;rounded&quot;:0};" value="" vertex="1">
          <mxGeometry height="38" width="10" x="45" y="145" as="geometry" />
        </mxCell>
        <mxCell id="949HH_Kco8W6Jzlgtd_R-25" parent="1" style="shape=umlLifeline;perimeter=lifelinePerimeter;whiteSpace=wrap;html=1;container=1;dropTarget=0;collapsible=0;recursiveResize=0;outlineConnect=0;portConstraint=eastwest;newEdgeStyle={&quot;curved&quot;:0,&quot;rounded&quot;:0};" value="Project" vertex="1">
          <mxGeometry height="421" width="100" x="736" y="5902" as="geometry" />
        </mxCell>
        <mxCell id="949HH_Kco8W6Jzlgtd_R-33" parent="949HH_Kco8W6Jzlgtd_R-25" style="html=1;points=[[0,0,0,0,5],[0,1,0,0,-5],[1,0,0,0,5],[1,1,0,0,-5]];perimeter=orthogonalPerimeter;outlineConnect=0;targetShapes=umlLifeline;portConstraint=eastwest;newEdgeStyle={&quot;curved&quot;:0,&quot;rounded&quot;:0};" value="" vertex="1">
          <mxGeometry height="41" width="10" x="45" y="179" as="geometry" />
        </mxCell>
        <mxCell id="949HH_Kco8W6Jzlgtd_R-27" edge="1" parent="1" style="html=1;verticalAlign=bottom;endArrow=block;curved=0;rounded=0;" value="create new tenant">
          <mxGeometry relative="1" width="80" as="geometry">
            <mxPoint x="207.5" y="5984.5" as="sourcePoint" />
            <mxPoint x="346.75" y="5984.5" as="targetPoint" />
          </mxGeometry>
        </mxCell>
        <mxCell id="949HH_Kco8W6Jzlgtd_R-29" edge="1" parent="1" source="949HH_Kco8W6Jzlgtd_R-26" style="html=1;verticalAlign=bottom;endArrow=block;curved=0;rounded=0;entryX=0;entryY=0;entryDx=0;entryDy=5;entryPerimeter=0;" target="949HH_Kco8W6Jzlgtd_R-28" value="save tenant org">
          <mxGeometry relative="1" width="80" as="geometry">
            <mxPoint x="357" y="6022" as="sourcePoint" />
            <mxPoint x="437" y="6022" as="targetPoint" />
          </mxGeometry>
        </mxCell>
        <mxCell id="949HH_Kco8W6Jzlgtd_R-31" edge="1" parent="1" source="949HH_Kco8W6Jzlgtd_R-28" style="html=1;verticalAlign=bottom;endArrow=open;dashed=1;endSize=8;curved=0;rounded=0;exitX=0;exitY=1;exitDx=0;exitDy=-5;exitPerimeter=0;" target="949HH_Kco8W6Jzlgtd_R-26" value="save success">
          <mxGeometry relative="1" as="geometry">
            <mxPoint x="490" y="6038" as="sourcePoint" />
            <mxPoint x="414" y="6038" as="targetPoint" />
          </mxGeometry>
        </mxCell>
        <mxCell id="949HH_Kco8W6Jzlgtd_R-34" edge="1" parent="1" style="html=1;verticalAlign=bottom;endArrow=block;curved=0;rounded=0;" value="Create Tenant project and namespace">
          <mxGeometry relative="1" width="80" as="geometry">
            <mxPoint x="356.75" y="6084" as="sourcePoint" />
            <mxPoint x="781" y="6084" as="targetPoint" />
          </mxGeometry>
        </mxCell>
        <mxCell id="949HH_Kco8W6Jzlgtd_R-35" edge="1" parent="1" source="949HH_Kco8W6Jzlgtd_R-33" style="html=1;verticalAlign=bottom;endArrow=open;dashed=1;endSize=8;curved=0;rounded=0;exitX=0;exitY=1;exitDx=0;exitDy=-5;exitPerimeter=0;" target="949HH_Kco8W6Jzlgtd_R-26" value="create result">
          <mxGeometry relative="1" as="geometry">
            <mxPoint x="659" y="6121" as="sourcePoint" />
            <mxPoint x="579" y="6121" as="targetPoint" />
          </mxGeometry>
        </mxCell>
        <mxCell id="949HH_Kco8W6Jzlgtd_R-37" edge="1" parent="1" source="949HH_Kco8W6Jzlgtd_R-26" style="html=1;verticalAlign=bottom;endArrow=block;curved=0;rounded=0;entryX=0;entryY=0;entryDx=0;entryDy=5;entryPerimeter=0;" target="949HH_Kco8W6Jzlgtd_R-36" value="Assign tenant project access">
          <mxGeometry relative="1" width="80" x="0.0025" as="geometry">
            <mxPoint as="offset" />
            <mxPoint x="395" y="6156" as="sourcePoint" />
            <mxPoint x="475" y="6156" as="targetPoint" />
          </mxGeometry>
        </mxCell>
        <mxCell id="949HH_Kco8W6Jzlgtd_R-38" edge="1" parent="1" source="949HH_Kco8W6Jzlgtd_R-36" style="html=1;verticalAlign=bottom;endArrow=open;dashed=1;endSize=8;curved=0;rounded=0;exitX=0;exitY=1;exitDx=0;exitDy=-5;exitPerimeter=0;" target="949HH_Kco8W6Jzlgtd_R-26" value="assign success">
          <mxGeometry relative="1" as="geometry">
            <mxPoint x="606" y="6187" as="sourcePoint" />
            <mxPoint x="526" y="6187" as="targetPoint" />
          </mxGeometry>
        </mxCell>
        <mxCell id="949HH_Kco8W6Jzlgtd_R-40" edge="1" parent="1" source="949HH_Kco8W6Jzlgtd_R-26" style="html=1;verticalAlign=bottom;endArrow=block;curved=0;rounded=0;entryX=0;entryY=0;entryDx=0;entryDy=5;entryPerimeter=0;" target="949HH_Kco8W6Jzlgtd_R-39" value="Provision K3k virtual cluster for enterprise plan tenant">
          <mxGeometry relative="1" width="80" as="geometry">
            <mxPoint x="414" y="6232" as="sourcePoint" />
            <mxPoint x="494" y="6232" as="targetPoint" />
          </mxGeometry>
        </mxCell>
        <mxCell id="949HH_Kco8W6Jzlgtd_R-41" edge="1" parent="1" source="949HH_Kco8W6Jzlgtd_R-39" style="html=1;verticalAlign=bottom;endArrow=open;dashed=1;endSize=8;curved=0;rounded=0;exitX=0;exitY=1;exitDx=0;exitDy=-5;exitPerimeter=0;" target="949HH_Kco8W6Jzlgtd_R-26" value="K3k provisioning result">
          <mxGeometry relative="1" as="geometry">
            <mxPoint x="549" y="6252" as="sourcePoint" />
            <mxPoint x="469" y="6252" as="targetPoint" />
          </mxGeometry>
        </mxCell>
        <mxCell id="949HH_Kco8W6Jzlgtd_R-42" edge="1" parent="1" style="html=1;verticalAlign=bottom;endArrow=open;dashed=1;endSize=8;curved=0;rounded=0;" value="tenant creation process">
          <mxGeometry relative="1" as="geometry">
            <mxPoint x="346.75" y="6067" as="sourcePoint" />
            <mxPoint x="207.5" y="6067" as="targetPoint" />
          </mxGeometry>
        </mxCell>
        <mxCell id="949HH_Kco8W6Jzlgtd_R-44" edge="1" parent="1" style="html=1;verticalAlign=bottom;endArrow=open;dashed=1;endSize=8;curved=0;rounded=0;" value="creating status">
          <mxGeometry relative="1" as="geometry">
            <mxPoint x="197.5" y="6111" as="sourcePoint" />
            <mxPoint x="59.25" y="6111" as="targetPoint" />
          </mxGeometry>
        </mxCell>
        <mxCell id="949HH_Kco8W6Jzlgtd_R-45" edge="1" parent="1" style="html=1;verticalAlign=bottom;endArrow=open;dashed=1;endSize=8;curved=0;rounded=0;" value="return register url after&amp;nbsp;&lt;div&gt;virtual rancher is healthy&lt;/div&gt;">
          <mxGeometry relative="1" as="geometry">
            <mxPoint x="346.75" y="6344.5" as="sourcePoint" />
            <mxPoint x="207.5" y="6344.5" as="targetPoint" />
          </mxGeometry>
        </mxCell>
        <mxCell id="949HH_Kco8W6Jzlgtd_R-46" edge="1" parent="1" style="html=1;verticalAlign=bottom;endArrow=open;dashed=1;endSize=8;curved=0;rounded=0;" value="tenant registration url">
          <mxGeometry relative="1" as="geometry">
            <mxPoint x="197.5" y="6383.5" as="sourcePoint" />
            <mxPoint x="59.25" y="6383.5" as="targetPoint" />
          </mxGeometry>
        </mxCell>
        <mxCell id="949HH_Kco8W6Jzlgtd_R-48" edge="1" parent="1" source="949HH_Kco8W6Jzlgtd_R-15" style="html=1;verticalAlign=bottom;startArrow=oval;startFill=1;endArrow=block;startSize=8;curved=0;rounded=0;entryX=0;entryY=0;entryDx=0;entryDy=5;entryPerimeter=0;" target="949HH_Kco8W6Jzlgtd_R-49" value="access with registration url">
          <mxGeometry relative="1" width="60" as="geometry">
            <mxPoint x="75" y="6442" as="sourcePoint" />
            <mxPoint x="127" y="6444" as="targetPoint" />
          </mxGeometry>
        </mxCell>
        <mxCell id="949HH_Kco8W6Jzlgtd_R-49" parent="1" style="html=1;points=[[0,0,0,0,5],[0,1,0,0,-5],[1,0,0,0,5],[1,1,0,0,-5]];perimeter=orthogonalPerimeter;outlineConnect=0;targetShapes=umlLifeline;portConstraint=eastwest;newEdgeStyle={&quot;curved&quot;:0,&quot;rounded&quot;:0};" value="" vertex="1">
          <mxGeometry height="122" width="10" x="199" y="6433" as="geometry" />
        </mxCell>
        <mxCell id="949HH_Kco8W6Jzlgtd_R-50" parent="1" style="shape=umlFrame;whiteSpace=wrap;html=1;pointerEvents=0;" value="Virtual Rancher" vertex="1">
          <mxGeometry height="1135" width="373" x="997" y="5863" as="geometry" />
        </mxCell>
        <mxCell id="949HH_Kco8W6Jzlgtd_R-52" parent="1" style="shape=umlLifeline;perimeter=lifelinePerimeter;whiteSpace=wrap;html=1;container=1;dropTarget=0;collapsible=0;recursiveResize=0;outlineConnect=0;portConstraint=eastwest;newEdgeStyle={&quot;curved&quot;:0,&quot;rounded&quot;:0};" value="Authentication" vertex="1">
          <mxGeometry height="1082" width="100" x="1019" y="5912" as="geometry" />
        </mxCell>
        <mxCell id="949HH_Kco8W6Jzlgtd_R-54" parent="949HH_Kco8W6Jzlgtd_R-52" style="html=1;points=[[0,0,0,0,5],[0,1,0,0,-5],[1,0,0,0,5],[1,1,0,0,-5]];perimeter=orthogonalPerimeter;outlineConnect=0;targetShapes=umlLifeline;portConstraint=eastwest;newEdgeStyle={&quot;curved&quot;:0,&quot;rounded&quot;:0};" value="" vertex="1">
          <mxGeometry height="54" width="10" x="45" y="708" as="geometry" />
        </mxCell>
        <mxCell id="949HH_Kco8W6Jzlgtd_R-78" parent="949HH_Kco8W6Jzlgtd_R-52" style="html=1;points=[[0,0,0,0,5],[0,1,0,0,-5],[1,0,0,0,5],[1,1,0,0,-5]];perimeter=orthogonalPerimeter;outlineConnect=0;targetShapes=umlLifeline;portConstraint=eastwest;newEdgeStyle={&quot;curved&quot;:0,&quot;rounded&quot;:0};" value="" vertex="1">
          <mxGeometry height="27" width="10" x="45" y="1001" as="geometry" />
        </mxCell>
        <mxCell id="949HH_Kco8W6Jzlgtd_R-53" parent="1" style="shape=umlLifeline;perimeter=lifelinePerimeter;whiteSpace=wrap;html=1;container=1;dropTarget=0;collapsible=0;recursiveResize=0;outlineConnect=0;portConstraint=eastwest;newEdgeStyle={&quot;curved&quot;:0,&quot;rounded&quot;:0};" value="Cluster Provisioning" vertex="1">
          <mxGeometry height="1083" width="100" x="1160" y="5912" as="geometry" />
        </mxCell>
        <mxCell id="949HH_Kco8W6Jzlgtd_R-70" parent="949HH_Kco8W6Jzlgtd_R-53" style="html=1;points=[[0,0,0,0,5],[0,1,0,0,-5],[1,0,0,0,5],[1,1,0,0,-5]];perimeter=orthogonalPerimeter;outlineConnect=0;targetShapes=umlLifeline;portConstraint=eastwest;newEdgeStyle={&quot;curved&quot;:0,&quot;rounded&quot;:0};" value="" vertex="1">
          <mxGeometry height="51" width="10" x="45" y="857" as="geometry" />
        </mxCell>
        <mxCell id="949HH_Kco8W6Jzlgtd_R-55" edge="1" parent="1" style="html=1;verticalAlign=bottom;endArrow=block;curved=0;rounded=0;" value="tenant validation">
          <mxGeometry relative="1" width="80" as="geometry">
            <mxPoint x="209" y="6471" as="sourcePoint" />
            <mxPoint x="347" y="6471" as="targetPoint" />
          </mxGeometry>
        </mxCell>
        <mxCell id="949HH_Kco8W6Jzlgtd_R-56" edge="1" parent="1" source="949HH_Kco8W6Jzlgtd_R-51" style="html=1;verticalAlign=bottom;endArrow=open;dashed=1;endSize=8;curved=0;rounded=0;exitX=0;exitY=1;exitDx=0;exitDy=-5;exitPerimeter=0;" target="949HH_Kco8W6Jzlgtd_R-49" value="validate success">
          <mxGeometry relative="1" as="geometry">
            <mxPoint x="320" y="6516" as="sourcePoint" />
            <mxPoint x="240" y="6516" as="targetPoint" />
          </mxGeometry>
        </mxCell>
        <mxCell id="949HH_Kco8W6Jzlgtd_R-57" edge="1" parent="1" source="949HH_Kco8W6Jzlgtd_R-49" style="html=1;verticalAlign=bottom;endArrow=open;dashed=1;endSize=8;curved=0;rounded=0;exitX=0;exitY=1;exitDx=0;exitDy=-5;exitPerimeter=0;" target="949HH_Kco8W6Jzlgtd_R-15" value="success">
          <mxGeometry relative="1" x="0.0018" as="geometry">
            <mxPoint as="offset" />
            <mxPoint x="173" y="6539" as="sourcePoint" />
            <mxPoint x="93" y="6539" as="targetPoint" />
          </mxGeometry>
        </mxCell>
        <mxCell id="949HH_Kco8W6Jzlgtd_R-58" parent="1" style="html=1;points=[[0,0,0,0,5],[0,1,0,0,-5],[1,0,0,0,5],[1,1,0,0,-5]];perimeter=orthogonalPerimeter;outlineConnect=0;targetShapes=umlLifeline;portConstraint=eastwest;newEdgeStyle={&quot;curved&quot;:0,&quot;rounded&quot;:0};" value="" vertex="1">
          <mxGeometry height="117" width="10" x="199" y="6586" as="geometry" />
        </mxCell>
        <mxCell id="949HH_Kco8W6Jzlgtd_R-59" edge="1" parent="1" source="949HH_Kco8W6Jzlgtd_R-15" style="html=1;verticalAlign=bottom;startArrow=oval;startFill=1;endArrow=block;startSize=8;curved=0;rounded=0;entryX=0;entryY=0;entryDx=0;entryDy=5;entryPerimeter=0;" target="949HH_Kco8W6Jzlgtd_R-58" value="configure IDP">
          <mxGeometry relative="1" width="60" as="geometry">
            <mxPoint x="78" y="6596" as="sourcePoint" />
            <mxPoint x="138" y="6596" as="targetPoint" />
          </mxGeometry>
        </mxCell>
        <mxCell id="949HH_Kco8W6Jzlgtd_R-61" edge="1" parent="1" source="949HH_Kco8W6Jzlgtd_R-58" style="html=1;verticalAlign=bottom;endArrow=block;curved=0;rounded=0;entryX=0;entryY=0;entryDx=0;entryDy=5;entryPerimeter=0;" target="949HH_Kco8W6Jzlgtd_R-60" value="configure IDP">
          <mxGeometry relative="1" width="80" as="geometry">
            <mxPoint x="216" y="6620" as="sourcePoint" />
            <mxPoint x="296" y="6620" as="targetPoint" />
          </mxGeometry>
        </mxCell>
        <mxCell id="949HH_Kco8W6Jzlgtd_R-62" edge="1" parent="1" style="html=1;verticalAlign=bottom;endArrow=block;curved=0;rounded=0;" value="Save Authentication Provider">
          <mxGeometry relative="1" width="80" as="geometry">
            <mxPoint x="356" y="6626" as="sourcePoint" />
            <mxPoint x="1064" y="6626" as="targetPoint" />
          </mxGeometry>
        </mxCell>
        <mxCell id="949HH_Kco8W6Jzlgtd_R-63" edge="1" parent="1" source="949HH_Kco8W6Jzlgtd_R-54" style="html=1;verticalAlign=bottom;endArrow=open;dashed=1;endSize=8;curved=0;rounded=0;exitX=0;exitY=1;exitDx=0;exitDy=-5;exitPerimeter=0;" target="949HH_Kco8W6Jzlgtd_R-60" value="Save success">
          <mxGeometry relative="1" as="geometry">
            <mxPoint x="937" y="6679" as="sourcePoint" />
            <mxPoint x="857" y="6679" as="targetPoint" />
          </mxGeometry>
        </mxCell>
        <mxCell id="949HH_Kco8W6Jzlgtd_R-64" edge="1" parent="1" style="html=1;verticalAlign=bottom;endArrow=open;dashed=1;endSize=8;curved=0;rounded=0;" value="success">
          <mxGeometry relative="1" as="geometry">
            <mxPoint x="346" y="6681" as="sourcePoint" />
            <mxPoint x="209" y="6681" as="targetPoint" />
          </mxGeometry>
        </mxCell>
        <mxCell id="949HH_Kco8W6Jzlgtd_R-65" edge="1" parent="1" source="949HH_Kco8W6Jzlgtd_R-58" style="html=1;verticalAlign=bottom;endArrow=open;dashed=1;endSize=8;curved=0;rounded=0;exitX=0;exitY=1;exitDx=0;exitDy=-5;exitPerimeter=0;" target="949HH_Kco8W6Jzlgtd_R-15" value="success">
          <mxGeometry relative="1" as="geometry">
            <mxPoint x="177" y="6701" as="sourcePoint" />
            <mxPoint x="97" y="6701" as="targetPoint" />
          </mxGeometry>
        </mxCell>
        <mxCell id="949HH_Kco8W6Jzlgtd_R-67" edge="1" parent="1" source="949HH_Kco8W6Jzlgtd_R-15" style="html=1;verticalAlign=bottom;startArrow=oval;startFill=1;endArrow=block;startSize=8;curved=0;rounded=0;" target="949HH_Kco8W6Jzlgtd_R-66" value="import kubernetes">
          <mxGeometry relative="1" width="60" as="geometry">
            <mxPoint x="73" y="6765" as="sourcePoint" />
            <mxPoint x="133" y="6765" as="targetPoint" />
          </mxGeometry>
        </mxCell>
        <mxCell id="949HH_Kco8W6Jzlgtd_R-69" edge="1" parent="1" source="949HH_Kco8W6Jzlgtd_R-66" style="html=1;verticalAlign=bottom;endArrow=block;curved=0;rounded=0;entryX=0;entryY=0;entryDx=0;entryDy=5;entryPerimeter=0;" target="949HH_Kco8W6Jzlgtd_R-68" value="import kubernetes">
          <mxGeometry relative="1" width="80" as="geometry">
            <mxPoint x="221" y="6779" as="sourcePoint" />
            <mxPoint x="301" y="6779" as="targetPoint" />
          </mxGeometry>
        </mxCell>
        <mxCell id="949HH_Kco8W6Jzlgtd_R-71" edge="1" parent="1" source="949HH_Kco8W6Jzlgtd_R-68" style="html=1;verticalAlign=bottom;endArrow=block;curved=0;rounded=0;entryX=0;entryY=0;entryDx=0;entryDy=5;entryPerimeter=0;" target="949HH_Kco8W6Jzlgtd_R-70" value="import cluster">
          <mxGeometry relative="1" width="80" as="geometry">
            <mxPoint x="405" y="6807" as="sourcePoint" />
            <mxPoint x="485" y="6807" as="targetPoint" />
          </mxGeometry>
        </mxCell>
        <mxCell id="949HH_Kco8W6Jzlgtd_R-72" edge="1" parent="1" style="html=1;verticalAlign=bottom;endArrow=open;dashed=1;endSize=8;curved=0;rounded=0;" target="949HH_Kco8W6Jzlgtd_R-68" value="return">
          <mxGeometry relative="1" as="geometry">
            <mxPoint x="1205" y="6806" as="sourcePoint" />
            <mxPoint x="608" y="6806" as="targetPoint" />
          </mxGeometry>
        </mxCell>
        <mxCell id="949HH_Kco8W6Jzlgtd_R-74" edge="1" parent="1" style="html=1;verticalAlign=bottom;endArrow=open;dashed=1;endSize=8;curved=0;rounded=0;" value="return">
          <mxGeometry relative="1" as="geometry">
            <mxPoint x="346" y="6824.5" as="sourcePoint" />
            <mxPoint x="209" y="6824.5" as="targetPoint" />
          </mxGeometry>
        </mxCell>
        <mxCell id="949HH_Kco8W6Jzlgtd_R-75" edge="1" parent="1" style="html=1;verticalAlign=bottom;endArrow=open;dashed=1;endSize=8;curved=0;rounded=0;" value="return">
          <mxGeometry relative="1" as="geometry">
            <mxPoint x="199" y="6840" as="sourcePoint" />
            <mxPoint x="59.25" y="6840" as="targetPoint" />
          </mxGeometry>
        </mxCell>
        <mxCell id="949HH_Kco8W6Jzlgtd_R-76" edge="1" parent="1" style="html=1;verticalAlign=bottom;startArrow=oval;startFill=1;endArrow=block;startSize=8;curved=0;rounded=0;" value="assign access">
          <mxGeometry relative="1" width="60" as="geometry">
            <mxPoint x="59.25" y="6868" as="sourcePoint" />
            <mxPoint x="199" y="6868" as="targetPoint" />
          </mxGeometry>
        </mxCell>
        <mxCell id="949HH_Kco8W6Jzlgtd_R-77" edge="1" parent="1" style="html=1;verticalAlign=bottom;endArrow=block;curved=0;rounded=0;" value="assign access">
          <mxGeometry relative="1" width="80" x="0.0073" as="geometry">
            <mxPoint as="offset" />
            <mxPoint x="209" y="6890" as="sourcePoint" />
            <mxPoint x="346" y="6890" as="targetPoint" />
          </mxGeometry>
        </mxCell>
        <mxCell id="949HH_Kco8W6Jzlgtd_R-79" edge="1" parent="1" source="949HH_Kco8W6Jzlgtd_R-68" style="html=1;verticalAlign=bottom;endArrow=block;curved=0;rounded=0;" target="949HH_Kco8W6Jzlgtd_R-78" value="assign cluster/project access">
          <mxGeometry relative="1" width="80" as="geometry">
            <mxPoint x="381" y="6911" as="sourcePoint" />
            <mxPoint x="461" y="6911" as="targetPoint" />
          </mxGeometry>
        </mxCell>
        <mxCell id="949HH_Kco8W6Jzlgtd_R-80" edge="1" parent="1" source="949HH_Kco8W6Jzlgtd_R-78" style="html=1;verticalAlign=bottom;endArrow=open;dashed=1;endSize=8;curved=0;rounded=0;exitX=0;exitY=1;exitDx=0;exitDy=-5;exitPerimeter=0;" target="949HH_Kco8W6Jzlgtd_R-68" value="return">
          <mxGeometry relative="1" as="geometry">
            <mxPoint x="877" y="6949" as="sourcePoint" />
            <mxPoint x="797" y="6949" as="targetPoint" />
          </mxGeometry>
        </mxCell>
        <mxCell id="949HH_Kco8W6Jzlgtd_R-81" edge="1" parent="1" source="949HH_Kco8W6Jzlgtd_R-68" style="html=1;verticalAlign=bottom;endArrow=open;dashed=1;endSize=8;curved=0;rounded=0;exitX=0;exitY=1;exitDx=0;exitDy=-5;exitPerimeter=0;" target="949HH_Kco8W6Jzlgtd_R-66" value="return">
          <mxGeometry relative="1" as="geometry">
            <mxPoint x="318" y="6948" as="sourcePoint" />
            <mxPoint x="238" y="6948" as="targetPoint" />
          </mxGeometry>
        </mxCell>
        <mxCell id="949HH_Kco8W6Jzlgtd_R-82" edge="1" parent="1" source="949HH_Kco8W6Jzlgtd_R-66" style="html=1;verticalAlign=bottom;endArrow=open;dashed=1;endSize=8;curved=0;rounded=0;exitX=0;exitY=1;exitDx=0;exitDy=-5;exitPerimeter=0;" target="949HH_Kco8W6Jzlgtd_R-15" value="return">
          <mxGeometry relative="1" as="geometry">
            <mxPoint x="167" y="6959" as="sourcePoint" />
            <mxPoint x="87" y="6959" as="targetPoint" />
          </mxGeometry>
        </mxCell>
      </root>
    </mxGraphModel>
  </diagram>
</mxfile>
